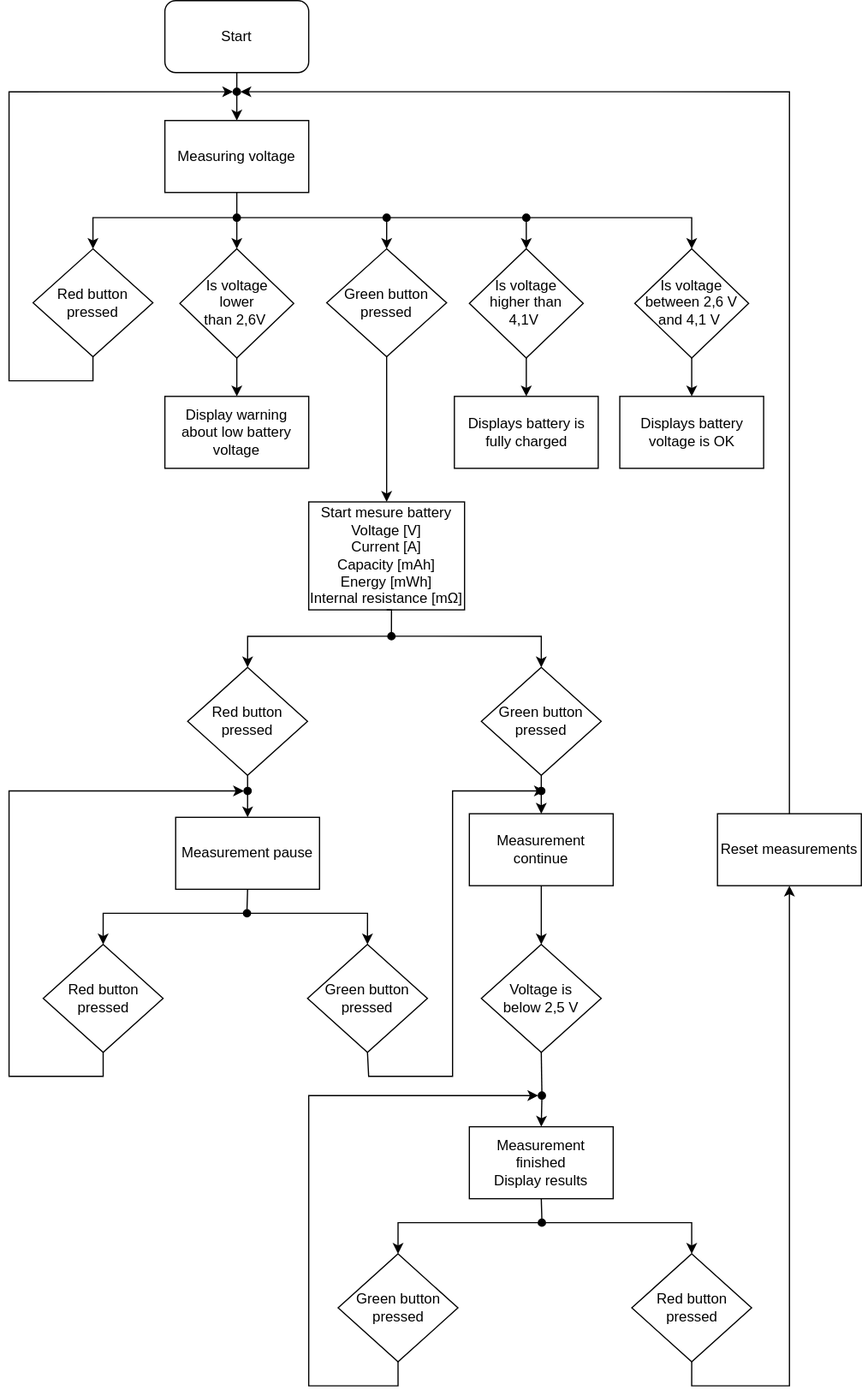
Above: img/diagram.svg in GraniteGobbler/de2-project (draw.io), before the change. Source tidied: cells renumbered, new cells last; positions are measured from the earlier drawing's top-left corner, leaving out a move shared by most shapes. Source of this version:
```xml
<mxGraphModel>
  <root>
    <mxCell id="0" />
    <mxCell id="1" parent="0" />
    <mxCell id="2" style="edgeStyle=orthogonalEdgeStyle;rounded=0;jettySize=auto;html=1;exitX=0.5;exitY=1;exitDx=0;exitDy=0;entryX=0.5;entryY=0;entryDx=0;entryDy=0;" parent="1" edge="1" source="3" target="5">
      <mxGeometry relative="1" as="geometry" />
    </mxCell>
    <mxCell id="3" value="Start" style="rounded=1;whiteSpace=wrap;html=1;fillColor=none;" parent="1" vertex="1">
      <mxGeometry x="130" width="120" height="60" as="geometry" />
    </mxCell>
    <mxCell id="4" style="edgeStyle=orthogonalEdgeStyle;rounded=0;jettySize=auto;html=1;exitX=0.5;exitY=1;exitDx=0;exitDy=0;entryX=0.5;entryY=0;entryDx=0;entryDy=0;endArrow=none;endFill=0;" parent="1" edge="1" source="5" target="16">
      <mxGeometry relative="1" as="geometry" />
    </mxCell>
    <mxCell id="5" value="Measuring voltage" style="rounded=0;whiteSpace=wrap;html=1;fillColor=none;" parent="1" vertex="1">
      <mxGeometry x="130" y="100" width="120" height="60" as="geometry" />
    </mxCell>
    <mxCell id="6" style="edgeStyle=orthogonalEdgeStyle;rounded=0;jettySize=auto;html=1;exitX=0.5;exitY=1;exitDx=0;exitDy=0;entryX=0.5;entryY=0;entryDx=0;entryDy=0;" parent="1" edge="1" source="7" target="9">
      <mxGeometry relative="1" as="geometry" />
    </mxCell>
    <mxCell id="7" value="Green button pressed" style="rhombus;whiteSpace=wrap;html=1;fillColor=none;" parent="1" vertex="1">
      <mxGeometry x="265" y="207" width="100" height="90" as="geometry" />
    </mxCell>
    <mxCell id="8" style="edgeStyle=orthogonalEdgeStyle;rounded=0;jettySize=auto;html=1;exitX=0.5;exitY=1;exitDx=0;exitDy=0;entryX=0.5;entryY=0;entryDx=0;entryDy=0;endArrow=none;endFill=0;" parent="1" edge="1" source="9" target="24">
      <mxGeometry relative="1" as="geometry" />
    </mxCell>
    <mxCell id="9" value="Start mesure battery&lt;br&gt;Voltage [V]&lt;br&gt;Current [A]&lt;br&gt;Capacity [mAh]&lt;br&gt;Energy [mWh]&lt;br&gt;Internal resistance [mΩ]" style="rounded=0;whiteSpace=wrap;html=1;fillColor=none;" parent="1" vertex="1">
      <mxGeometry x="250" y="418" width="130" height="90" as="geometry" />
    </mxCell>
    <mxCell id="10" style="edgeStyle=orthogonalEdgeStyle;rounded=0;jettySize=auto;html=1;exitX=0.5;exitY=1;exitDx=0;exitDy=0;entryX=0;entryY=0.5;entryDx=0;entryDy=0;" parent="1" edge="1" source="11" target="17">
      <mxGeometry relative="1" as="geometry">
        <Array as="points">
          <mxPoint x="70" y="317" />
          <mxPoint y="317" />
          <mxPoint y="76" />
        </Array>
      </mxGeometry>
    </mxCell>
    <mxCell id="11" value="Red button pressed" style="rhombus;whiteSpace=wrap;html=1;fillColor=none;" parent="1" vertex="1">
      <mxGeometry x="20" y="207" width="100" height="90" as="geometry" />
    </mxCell>
    <mxCell id="12" style="edgeStyle=orthogonalEdgeStyle;rounded=0;jettySize=auto;html=1;exitX=0;exitY=0.5;exitDx=0;exitDy=0;entryX=0.5;entryY=0;entryDx=0;entryDy=0;" parent="1" edge="1" source="16" target="11">
      <mxGeometry relative="1" as="geometry" />
    </mxCell>
    <mxCell id="13" style="edgeStyle=orthogonalEdgeStyle;rounded=0;jettySize=auto;html=1;exitX=1;exitY=0.5;exitDx=0;exitDy=0;entryX=0.5;entryY=0;entryDx=0;entryDy=0;" parent="1" edge="1" source="61" target="7">
      <mxGeometry relative="1" as="geometry" />
    </mxCell>
    <mxCell id="14" style="edgeStyle=orthogonalEdgeStyle;rounded=0;jettySize=auto;html=1;exitX=0.5;exitY=1;exitDx=0;exitDy=0;entryX=0.5;entryY=0;entryDx=0;entryDy=0;" parent="1" edge="1" source="16" target="55">
      <mxGeometry relative="1" as="geometry" />
    </mxCell>
    <mxCell id="15" style="edgeStyle=orthogonalEdgeStyle;rounded=0;jettySize=auto;html=1;exitX=1;exitY=0.5;exitDx=0;exitDy=0;entryX=0;entryY=0.5;entryDx=0;entryDy=0;endArrow=none;endFill=0;" parent="1" edge="1" source="16" target="61">
      <mxGeometry relative="1" as="geometry" />
    </mxCell>
    <mxCell id="16" style="ellipse;whiteSpace=wrap;html=1;gradientColor=none;fillColor=#000000;" parent="1" vertex="1">
      <mxGeometry x="187" y="178" width="6" height="6" as="geometry" />
    </mxCell>
    <mxCell id="17" style="ellipse;whiteSpace=wrap;html=1;gradientColor=none;fillColor=#000000;" parent="1" vertex="1">
      <mxGeometry x="187" y="73" width="6" height="6" as="geometry" />
    </mxCell>
    <mxCell id="18" style="edgeStyle=orthogonalEdgeStyle;rounded=0;jettySize=auto;html=1;exitX=0.5;exitY=1;exitDx=0;exitDy=0;entryX=0.5;entryY=0;entryDx=0;entryDy=0;" parent="1" edge="1" source="19" target="28">
      <mxGeometry relative="1" as="geometry" />
    </mxCell>
    <mxCell id="19" value="Green button pressed" style="rhombus;whiteSpace=wrap;html=1;fillColor=none;" parent="1" vertex="1">
      <mxGeometry x="394" y="556" width="100" height="90" as="geometry" />
    </mxCell>
    <mxCell id="20" style="edgeStyle=orthogonalEdgeStyle;rounded=0;jettySize=auto;html=1;exitX=0.5;exitY=1;exitDx=0;exitDy=0;entryX=0.5;entryY=0;entryDx=0;entryDy=0;" parent="1" edge="1" source="21" target="26">
      <mxGeometry relative="1" as="geometry" />
    </mxCell>
    <mxCell id="21" value="Red button pressed" style="rhombus;whiteSpace=wrap;html=1;fillColor=none;" parent="1" vertex="1">
      <mxGeometry x="149" y="556" width="100" height="90" as="geometry" />
    </mxCell>
    <mxCell id="22" style="edgeStyle=orthogonalEdgeStyle;rounded=0;jettySize=auto;html=1;exitX=0;exitY=0.5;exitDx=0;exitDy=0;entryX=0.5;entryY=0;entryDx=0;entryDy=0;" parent="1" edge="1" source="24" target="21">
      <mxGeometry relative="1" as="geometry" />
    </mxCell>
    <mxCell id="23" style="edgeStyle=orthogonalEdgeStyle;rounded=0;jettySize=auto;html=1;exitX=1;exitY=0.5;exitDx=0;exitDy=0;entryX=0.5;entryY=0;entryDx=0;entryDy=0;" parent="1" edge="1" source="24" target="19">
      <mxGeometry relative="1" as="geometry" />
    </mxCell>
    <mxCell id="24" style="ellipse;whiteSpace=wrap;html=1;gradientColor=none;fillColor=#000000;" parent="1" vertex="1">
      <mxGeometry x="316" y="527" width="6" height="6" as="geometry" />
    </mxCell>
    <mxCell id="25" style="edgeStyle=orthogonalEdgeStyle;rounded=0;jettySize=auto;html=1;exitX=0.5;exitY=1;exitDx=0;exitDy=0;entryX=0.5;entryY=0;entryDx=0;entryDy=0;endArrow=none;endFill=0;" parent="1" edge="1" source="26" target="35">
      <mxGeometry relative="1" as="geometry" />
    </mxCell>
    <mxCell id="26" value="Measurement pause" style="rounded=0;whiteSpace=wrap;html=1;fillColor=none;" parent="1" vertex="1">
      <mxGeometry x="139" y="681" width="120" height="60" as="geometry" />
    </mxCell>
    <mxCell id="27" style="edgeStyle=orthogonalEdgeStyle;rounded=0;jettySize=auto;html=1;exitX=0.5;exitY=1;exitDx=0;exitDy=0;entryX=0.5;entryY=0;entryDx=0;entryDy=0;" parent="1" edge="1" source="28" target="39">
      <mxGeometry relative="1" as="geometry" />
    </mxCell>
    <mxCell id="28" value="Measurement continue" style="rounded=0;whiteSpace=wrap;html=1;fillColor=none;" parent="1" vertex="1">
      <mxGeometry x="384" y="678" width="120" height="60" as="geometry" />
    </mxCell>
    <mxCell id="29" style="edgeStyle=orthogonalEdgeStyle;rounded=0;jettySize=auto;html=1;exitX=0.5;exitY=1;exitDx=0;exitDy=0;entryX=1;entryY=0.5;entryDx=0;entryDy=0;" parent="1" edge="1" source="30" target="37">
      <mxGeometry relative="1" as="geometry">
        <Array as="points">
          <mxPoint x="300" y="877" />
          <mxPoint x="300" y="897" />
          <mxPoint x="370" y="897" />
          <mxPoint x="370" y="659" />
        </Array>
      </mxGeometry>
    </mxCell>
    <mxCell id="30" value="Green button pressed" style="rhombus;whiteSpace=wrap;html=1;fillColor=none;" parent="1" vertex="1">
      <mxGeometry x="249" y="787" width="100" height="90" as="geometry" />
    </mxCell>
    <mxCell id="31" style="edgeStyle=orthogonalEdgeStyle;rounded=0;jettySize=auto;html=1;exitX=0.5;exitY=1;exitDx=0;exitDy=0;entryX=0;entryY=0.5;entryDx=0;entryDy=0;" parent="1" edge="1" source="32" target="36">
      <mxGeometry relative="1" as="geometry">
        <Array as="points">
          <mxPoint x="79" y="897" />
          <mxPoint y="897" />
          <mxPoint y="659" />
        </Array>
      </mxGeometry>
    </mxCell>
    <mxCell id="32" value="Red button pressed" style="rhombus;whiteSpace=wrap;html=1;fillColor=none;" parent="1" vertex="1">
      <mxGeometry x="28.5" y="787" width="100" height="90" as="geometry" />
    </mxCell>
    <mxCell id="33" style="edgeStyle=orthogonalEdgeStyle;rounded=0;jettySize=auto;html=1;exitX=0;exitY=0.5;exitDx=0;exitDy=0;entryX=0.5;entryY=0;entryDx=0;entryDy=0;" parent="1" edge="1" source="35" target="32">
      <mxGeometry relative="1" as="geometry" />
    </mxCell>
    <mxCell id="34" style="edgeStyle=orthogonalEdgeStyle;rounded=0;jettySize=auto;html=1;exitX=1;exitY=0.5;exitDx=0;exitDy=0;entryX=0.5;entryY=0;entryDx=0;entryDy=0;" parent="1" edge="1" source="35" target="30">
      <mxGeometry relative="1" as="geometry" />
    </mxCell>
    <mxCell id="35" style="ellipse;whiteSpace=wrap;html=1;gradientColor=none;fillColor=#000000;" parent="1" vertex="1">
      <mxGeometry x="195.5" y="758" width="6" height="6" as="geometry" />
    </mxCell>
    <mxCell id="36" style="ellipse;whiteSpace=wrap;html=1;gradientColor=none;fillColor=#000000;" parent="1" vertex="1">
      <mxGeometry x="196" y="656" width="6" height="6" as="geometry" />
    </mxCell>
    <mxCell id="37" style="ellipse;whiteSpace=wrap;html=1;gradientColor=none;fillColor=#000000;" parent="1" vertex="1">
      <mxGeometry x="441" y="656" width="6" height="6" as="geometry" />
    </mxCell>
    <mxCell id="38" style="edgeStyle=orthogonalEdgeStyle;rounded=0;jettySize=auto;html=1;exitX=0.5;exitY=1;exitDx=0;exitDy=0;entryX=0.5;entryY=0;entryDx=0;entryDy=0;" parent="1" edge="1" source="52" target="41">
      <mxGeometry relative="1" as="geometry" />
    </mxCell>
    <mxCell id="39" value="Voltage is&lt;br&gt;below 2,5 V" style="rhombus;whiteSpace=wrap;html=1;fillColor=none;" parent="1" vertex="1">
      <mxGeometry x="394" y="787" width="100" height="90" as="geometry" />
    </mxCell>
    <mxCell id="40" style="edgeStyle=orthogonalEdgeStyle;rounded=0;jettySize=auto;html=1;exitX=0.5;exitY=1;exitDx=0;exitDy=0;entryX=0.5;entryY=0;entryDx=0;entryDy=0;endArrow=none;endFill=0;" parent="1" edge="1" source="41" target="48">
      <mxGeometry relative="1" as="geometry" />
    </mxCell>
    <mxCell id="41" value="Measurement finished&lt;br&gt;Display results" style="rounded=0;whiteSpace=wrap;html=1;fillColor=none;" parent="1" vertex="1">
      <mxGeometry x="384" y="939" width="120" height="60" as="geometry" />
    </mxCell>
    <mxCell id="42" style="edgeStyle=orthogonalEdgeStyle;rounded=0;jettySize=auto;html=1;exitX=0.5;exitY=1;exitDx=0;exitDy=0;entryX=0.5;entryY=1;entryDx=0;entryDy=0;" parent="1" edge="1" source="43" target="50">
      <mxGeometry relative="1" as="geometry" />
    </mxCell>
    <mxCell id="43" value="Red button pressed" style="rhombus;whiteSpace=wrap;html=1;fillColor=none;" parent="1" vertex="1">
      <mxGeometry x="519.5" y="1045" width="100" height="90" as="geometry" />
    </mxCell>
    <mxCell id="44" style="edgeStyle=orthogonalEdgeStyle;rounded=0;jettySize=auto;html=1;exitX=0.5;exitY=1;exitDx=0;exitDy=0;entryX=0;entryY=0.5;entryDx=0;entryDy=0;" parent="1" edge="1" source="45" target="52">
      <mxGeometry relative="1" as="geometry">
        <Array as="points">
          <mxPoint x="325" y="1155" />
          <mxPoint x="250" y="1155" />
          <mxPoint x="250" y="913" />
        </Array>
      </mxGeometry>
    </mxCell>
    <mxCell id="45" value="Green button pressed" style="rhombus;whiteSpace=wrap;html=1;fillColor=none;" parent="1" vertex="1">
      <mxGeometry x="274.5" y="1045" width="100" height="90" as="geometry" />
    </mxCell>
    <mxCell id="46" style="edgeStyle=orthogonalEdgeStyle;rounded=0;jettySize=auto;html=1;exitX=0;exitY=0.5;exitDx=0;exitDy=0;entryX=0.5;entryY=0;entryDx=0;entryDy=0;" parent="1" edge="1" source="48" target="45">
      <mxGeometry relative="1" as="geometry" />
    </mxCell>
    <mxCell id="47" style="edgeStyle=orthogonalEdgeStyle;rounded=0;jettySize=auto;html=1;exitX=1;exitY=0.5;exitDx=0;exitDy=0;entryX=0.5;entryY=0;entryDx=0;entryDy=0;" parent="1" edge="1" source="48" target="43">
      <mxGeometry relative="1" as="geometry" />
    </mxCell>
    <mxCell id="48" style="ellipse;whiteSpace=wrap;html=1;gradientColor=none;fillColor=#000000;" parent="1" vertex="1">
      <mxGeometry x="441.5" y="1016" width="6" height="6" as="geometry" />
    </mxCell>
    <mxCell id="49" style="edgeStyle=orthogonalEdgeStyle;rounded=0;jettySize=auto;html=1;exitX=0.5;exitY=0;exitDx=0;exitDy=0;entryX=1;entryY=0.5;entryDx=0;entryDy=0;" parent="1" edge="1" source="50" target="17">
      <mxGeometry relative="1" as="geometry" />
    </mxCell>
    <mxCell id="50" value="Reset measurements" style="rounded=0;whiteSpace=wrap;html=1;fillColor=none;" parent="1" vertex="1">
      <mxGeometry x="591" y="678" width="120" height="60" as="geometry" />
    </mxCell>
    <mxCell id="51" style="edgeStyle=orthogonalEdgeStyle;rounded=0;jettySize=auto;html=1;exitX=0.5;exitY=1;exitDx=0;exitDy=0;entryX=0.5;entryY=0;entryDx=0;entryDy=0;endArrow=none;endFill=0;" parent="1" edge="1" source="39" target="52">
      <mxGeometry relative="1" as="geometry" />
    </mxCell>
    <mxCell id="52" style="ellipse;whiteSpace=wrap;html=1;gradientColor=none;fillColor=#000000;" parent="1" vertex="1">
      <mxGeometry x="441.5" y="910" width="6" height="6" as="geometry" />
    </mxCell>
    <mxCell id="53" value="Display warning about low battery voltage" style="rounded=0;whiteSpace=wrap;html=1;fillColor=none;" parent="1" vertex="1">
      <mxGeometry x="130" y="330" width="120" height="60" as="geometry" />
    </mxCell>
    <mxCell id="54" style="edgeStyle=orthogonalEdgeStyle;rounded=0;jettySize=auto;html=1;exitX=0.5;exitY=1;exitDx=0;exitDy=0;entryX=0.5;entryY=0;entryDx=0;entryDy=0;" parent="1" edge="1" source="55" target="53">
      <mxGeometry relative="1" as="geometry" />
    </mxCell>
    <mxCell id="55" value="Is voltage&lt;br&gt;lower&lt;br&gt;than 2,6V&amp;nbsp;" style="rhombus;whiteSpace=wrap;html=1;fillColor=none;" parent="1" vertex="1">
      <mxGeometry x="142.5" y="207" width="95" height="91" as="geometry" />
    </mxCell>
    <mxCell id="56" style="edgeStyle=orthogonalEdgeStyle;rounded=0;jettySize=auto;html=1;exitX=0.5;exitY=1;exitDx=0;exitDy=0;entryX=0.5;entryY=0;entryDx=0;entryDy=0;" parent="1" edge="1" source="57" target="58">
      <mxGeometry relative="1" as="geometry" />
    </mxCell>
    <mxCell id="57" value="Is voltage&lt;br&gt;higher than&lt;br&gt;4,1V&amp;nbsp;" style="rhombus;whiteSpace=wrap;html=1;fillColor=none;" parent="1" vertex="1">
      <mxGeometry x="384" y="207" width="95" height="91" as="geometry" />
    </mxCell>
    <mxCell id="58" value="Displays battery is fully charged" style="rounded=0;whiteSpace=wrap;html=1;fillColor=none;" parent="1" vertex="1">
      <mxGeometry x="371.5" y="330" width="120" height="60" as="geometry" />
    </mxCell>
    <mxCell id="59" style="edgeStyle=orthogonalEdgeStyle;rounded=0;jettySize=auto;html=1;exitX=1;exitY=0.5;exitDx=0;exitDy=0;entryX=0.5;entryY=0;entryDx=0;entryDy=0;" parent="1" edge="1" source="63" target="57">
      <mxGeometry relative="1" as="geometry" />
    </mxCell>
    <mxCell id="60" style="edgeStyle=orthogonalEdgeStyle;rounded=0;jettySize=auto;html=1;exitX=1;exitY=0.5;exitDx=0;exitDy=0;entryX=0;entryY=0.5;entryDx=0;entryDy=0;endArrow=none;endFill=0;" parent="1" edge="1" source="61" target="63">
      <mxGeometry relative="1" as="geometry" />
    </mxCell>
    <mxCell id="61" style="ellipse;whiteSpace=wrap;html=1;gradientColor=none;fillColor=#000000;" parent="1" vertex="1">
      <mxGeometry x="312" y="178" width="6" height="6" as="geometry" />
    </mxCell>
    <mxCell id="62" style="edgeStyle=orthogonalEdgeStyle;rounded=0;jettySize=auto;html=1;exitX=1;exitY=0.5;exitDx=0;exitDy=0;entryX=0.5;entryY=0;entryDx=0;entryDy=0;" parent="1" edge="1" source="63" target="65">
      <mxGeometry relative="1" as="geometry" />
    </mxCell>
    <mxCell id="63" style="ellipse;whiteSpace=wrap;html=1;gradientColor=none;fillColor=#000000;" parent="1" vertex="1">
      <mxGeometry x="428.5" y="178" width="6" height="6" as="geometry" />
    </mxCell>
    <mxCell id="64" style="edgeStyle=orthogonalEdgeStyle;rounded=0;jettySize=auto;html=1;exitX=0.5;exitY=1;exitDx=0;exitDy=0;entryX=0.5;entryY=0;entryDx=0;entryDy=0;" parent="1" edge="1" source="65" target="66">
      <mxGeometry relative="1" as="geometry" />
    </mxCell>
    <mxCell id="65" value="Is voltage&lt;br&gt;between 2,6 V&lt;br&gt;and 4,1 V&amp;nbsp;" style="rhombus;whiteSpace=wrap;html=1;fillColor=none;" parent="1" vertex="1">
      <mxGeometry x="522" y="207" width="95" height="91" as="geometry" />
    </mxCell>
    <mxCell id="66" value="Displays battery voltage is OK" style="rounded=0;whiteSpace=wrap;html=1;fillColor=none;" parent="1" vertex="1">
      <mxGeometry x="509.5" y="330" width="120" height="60" as="geometry" />
    </mxCell>
  </root>
</mxGraphModel>
```
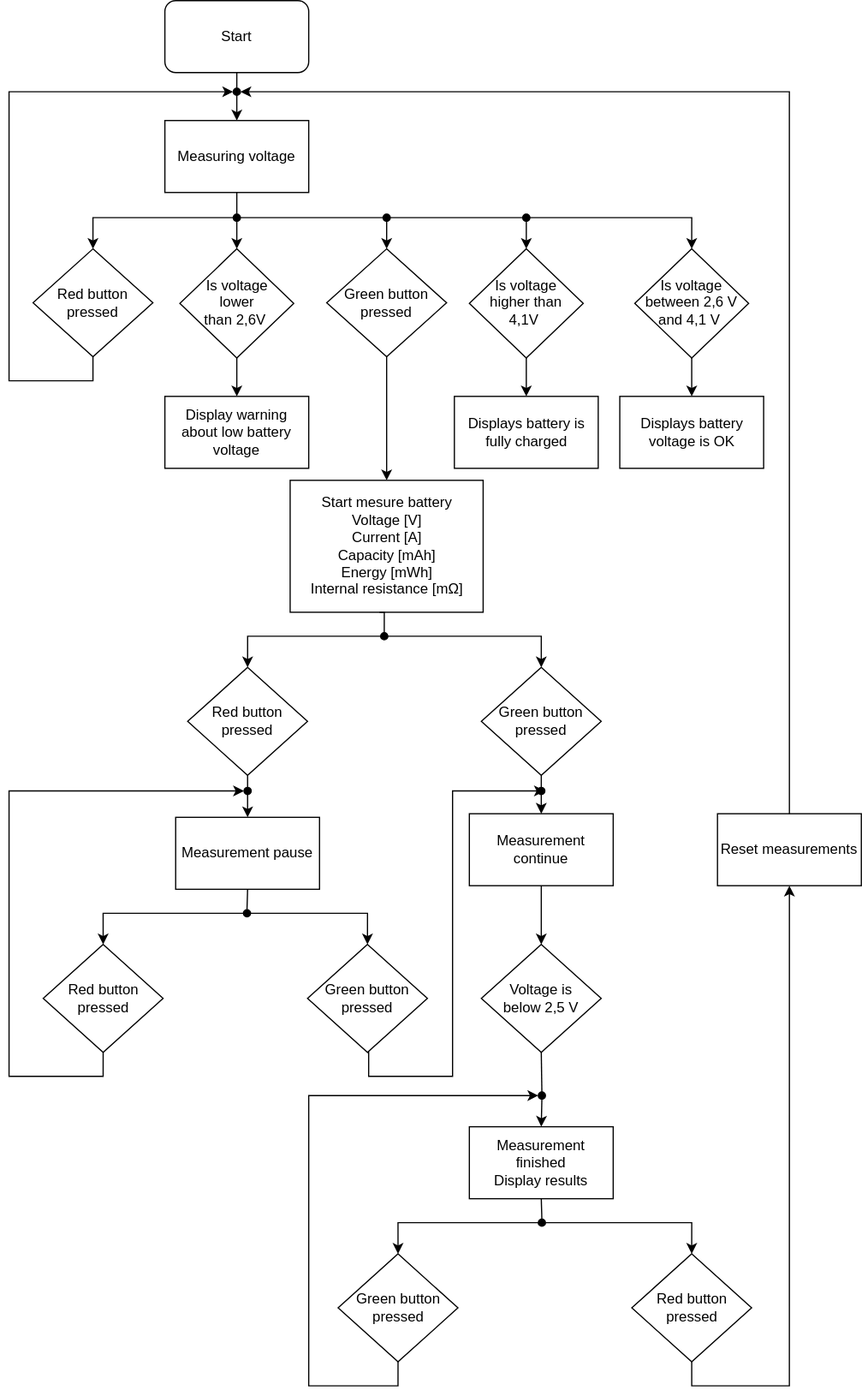
After the change.

What changed in the source:
```diff
@@ -20,11 +20,17 @@
     <mxCell id="7" value="Green button pressed" style="rhombus;whiteSpace=wrap;html=1;fillColor=none;" parent="1" vertex="1">
       <mxGeometry x="265" y="207" width="100" height="90" as="geometry" />
     </mxCell>
-    <mxCell id="8" style="edgeStyle=orthogonalEdgeStyle;rounded=0;jettySize=auto;html=1;exitX=0.5;exitY=1;exitDx=0;exitDy=0;entryX=0.5;entryY=0;entryDx=0;entryDy=0;endArrow=none;endFill=0;" parent="1" edge="1" source="9" target="24">
-      <mxGeometry relative="1" as="geometry" />
+    <mxCell id="8" style="edgeStyle=orthogonalEdgeStyle;rounded=0;orthogonalLoop=1;jettySize=auto;html=1;exitX=0.5;exitY=1;exitDx=0;exitDy=0;entryX=0.5;entryY=0;entryDx=0;entryDy=0;endArrow=none;endFill=0;" parent="1" edge="1">
+      <mxGeometry relative="1" as="geometry">
+        <mxPoint x="309" y="510" as="sourcePoint" />
+        <mxPoint x="313" y="527" as="targetPoint" />
+        <Array as="points">
+          <mxPoint x="313" y="510" />
+        </Array>
+      </mxGeometry>
     </mxCell>
     <mxCell id="9" value="Start mesure battery&lt;br&gt;Voltage [V]&lt;br&gt;Current [A]&lt;br&gt;Capacity [mAh]&lt;br&gt;Energy [mWh]&lt;br&gt;Internal resistance [mΩ]" style="rounded=0;whiteSpace=wrap;html=1;fillColor=none;" parent="1" vertex="1">
-      <mxGeometry x="250" y="418" width="130" height="90" as="geometry" />
+      <mxGeometry x="234.5" y="400" width="161" height="110" as="geometry" />
     </mxCell>
     <mxCell id="10" style="edgeStyle=orthogonalEdgeStyle;rounded=0;jettySize=auto;html=1;exitX=0.5;exitY=1;exitDx=0;exitDy=0;entryX=0;entryY=0.5;entryDx=0;entryDy=0;" parent="1" edge="1" source="11" target="17">
       <mxGeometry relative="1" as="geometry">
@@ -75,7 +81,7 @@
       <mxGeometry relative="1" as="geometry" />
     </mxCell>
     <mxCell id="24" style="ellipse;whiteSpace=wrap;html=1;gradientColor=none;fillColor=#000000;" parent="1" vertex="1">
-      <mxGeometry x="316" y="527" width="6" height="6" as="geometry" />
+      <mxGeometry x="310" y="527" width="6" height="6" as="geometry" />
     </mxCell>
     <mxCell id="25" style="edgeStyle=orthogonalEdgeStyle;rounded=0;jettySize=auto;html=1;exitX=0.5;exitY=1;exitDx=0;exitDy=0;entryX=0.5;entryY=0;entryDx=0;entryDy=0;endArrow=none;endFill=0;" parent="1" edge="1" source="26" target="35">
       <mxGeometry relative="1" as="geometry" />
```
